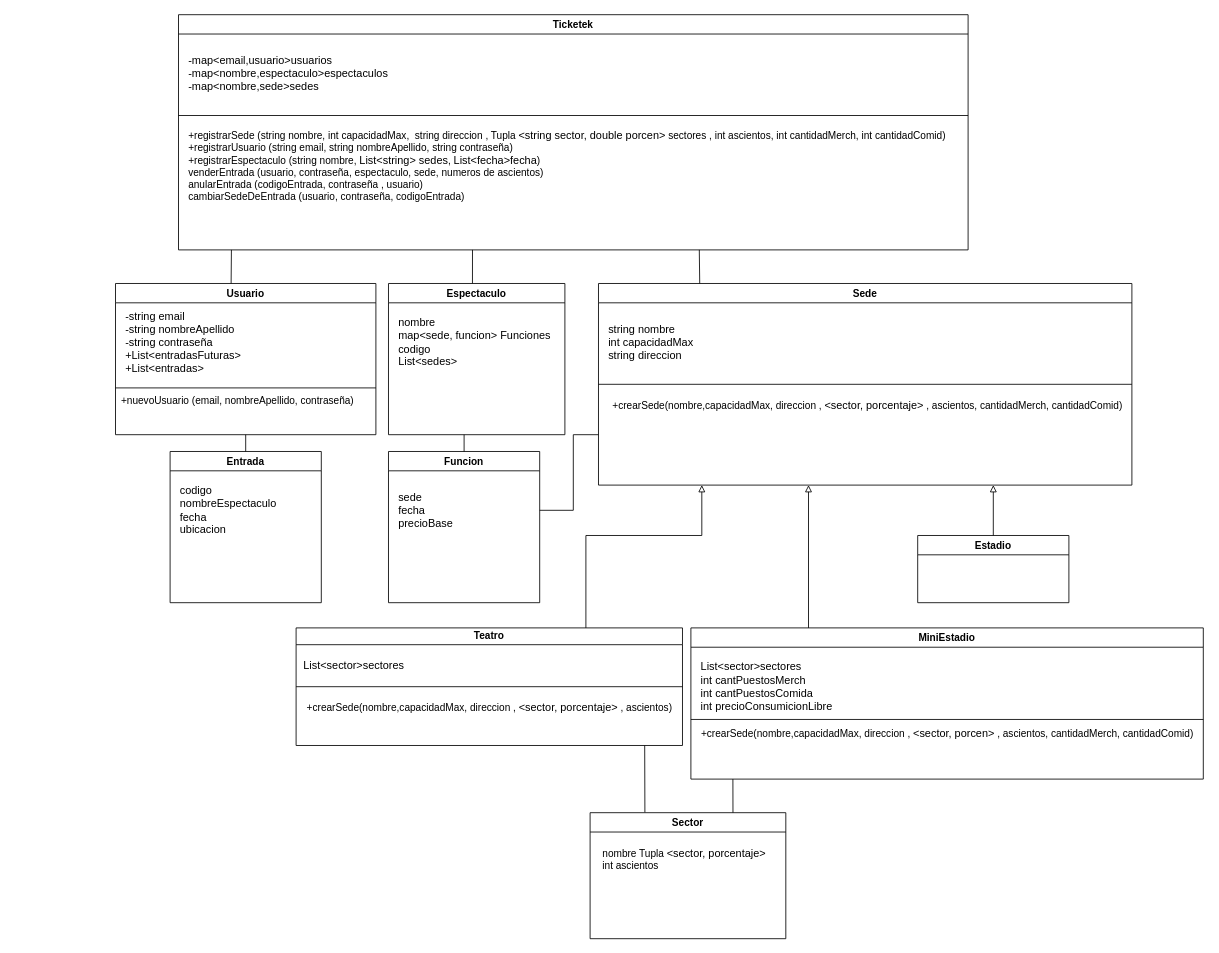
MarianoRada/TP-progra-2 keeps this draw.io diagram as src/TPprog2.drawio. Above is the earlier version. Source tidied: cells renumbered, new cells numbered last; positions are measured from the earlier drawing's top-left corner, leaving out a move shared by most shapes. Both pictures are drawn from the tidied source at 84%, with x=0, y=0 at pixel (111, 14).
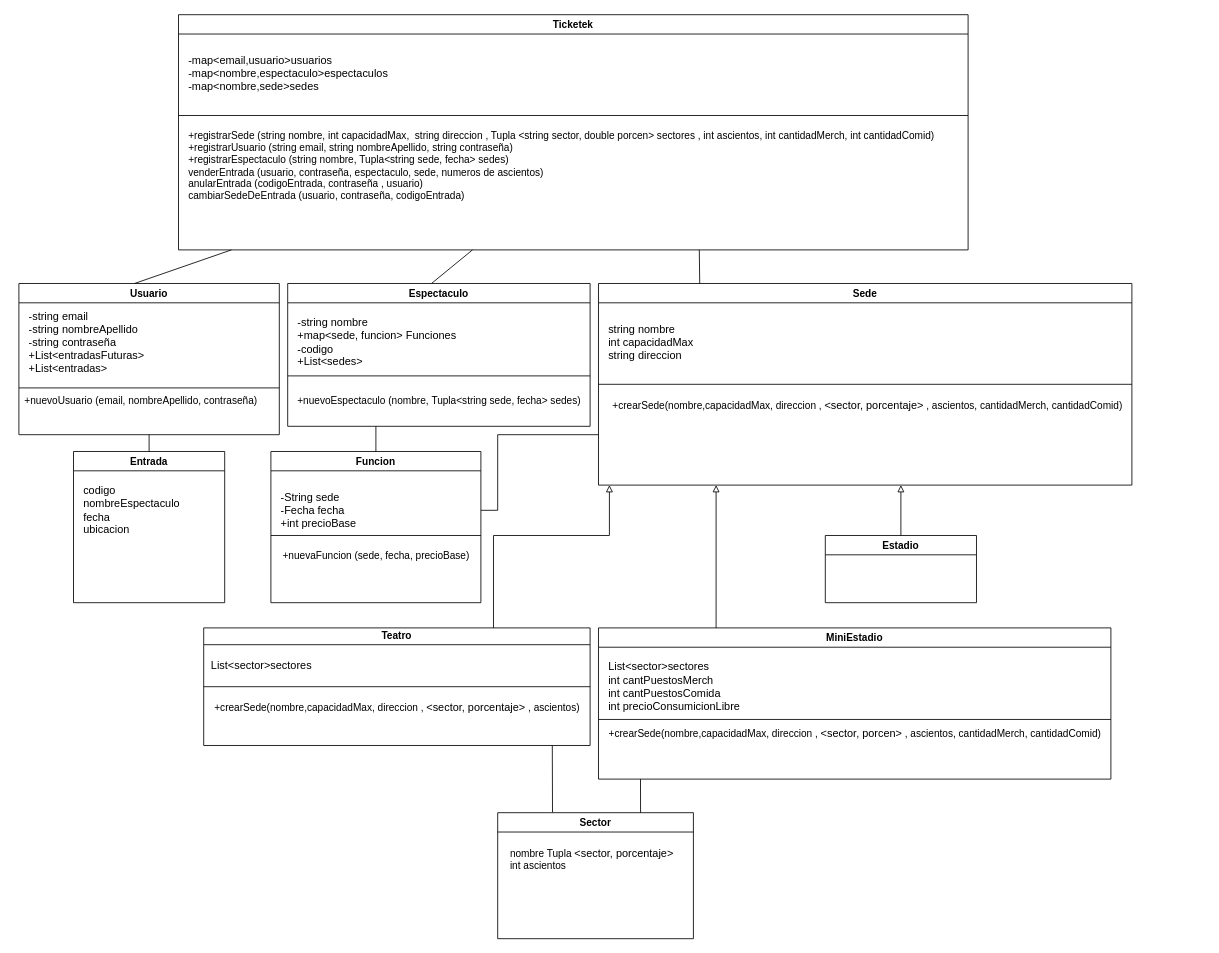
After the change.

Unchanged cells that the change refers to:
```xml
<mxCell id="6" value="Ticketek" style="swimlane;whiteSpace=wrap;html=1;fillStyle=auto;rounded=0;glass=0;shadow=0;swimlaneLine=1;" parent="1" vertex="1">
  <mxGeometry x="80" width="940" height="280" as="geometry" />
</mxCell>
<mxCell id="11" value="Sede" style="swimlane;whiteSpace=wrap;html=1;fillStyle=auto;rounded=0;glass=0;shadow=0;swimlaneLine=1;startSize=23;" parent="1" vertex="1">
  <mxGeometry x="580" y="320" width="635" height="240" as="geometry" />
</mxCell>
```

What changed in the source:
```diff
@@
     <mxCell id="2" value="Usuario" style="swimlane;whiteSpace=wrap;html=1;fillStyle=auto;rounded=0;glass=0;shadow=0;swimlaneLine=1;" parent="1" vertex="1">
-      <mxGeometry x="5" y="320" width="310" height="180" as="geometry" />
+      <mxGeometry x="-110" y="320" width="310" height="180" as="geometry" />
     </mxCell>
@@
-    <mxCell id="10" value="+registrarSede (string nombre, int capacidadMax,&amp;nbsp; string direccion , Tupla&amp;nbsp;&lt;span style=&quot;color: light-dark(rgb(0, 0, 0), rgb(255, 255, 255)); background-color: transparent; font-size: 13px;&quot;&gt;&amp;lt;string sector, double porcen&lt;/span&gt;&lt;span style=&quot;color: light-dark(rgb(0, 0, 0), rgb(255, 255, 255)); background-color: transparent; font-size: 13px;&quot;&gt;&amp;gt;&lt;/span&gt;&amp;nbsp;sectores , int ascientos, int cantidadMerch, int cantidadComid)&lt;div&gt;+registrarUsuario (string email, string nombreApellido, string contraseña)&lt;/div&gt;&lt;div&gt;+registrarEspectaculo (string nombre,&amp;nbsp;&lt;span style=&quot;font-size: 13px;&quot;&gt;List&lt;/span&gt;&lt;span style=&quot;color: light-dark(rgb(0, 0, 0), rgb(255, 255, 255)); background-color: transparent; font-size: 13px;&quot;&gt;&amp;lt;string&lt;/span&gt;&lt;span style=&quot;color: light-dark(rgb(0, 0, 0), rgb(255, 255, 255)); background-color: transparent; font-size: 13px;&quot;&gt;&amp;gt; sedes&lt;/span&gt;,&amp;nbsp;&lt;span style=&quot;font-size: 13px;&quot;&gt;List&lt;/span&gt;&lt;span style=&quot;color: light-dark(rgb(0, 0, 0), rgb(255, 255, 255)); background-color: transparent; font-size: 13px;&quot;&gt;&amp;lt;fecha&lt;/span&gt;&lt;span style=&quot;color: light-dark(rgb(0, 0, 0), rgb(255, 255, 255)); background-color: transparent; font-size: 13px;&quot;&gt;&amp;gt;fecha&lt;/span&gt;)&lt;/div&gt;&lt;div&gt;venderEntrada (usuario, contraseña, espectaculo, sede, numeros de ascientos)&lt;/div&gt;&lt;div&gt;anularEntrada (codigoEntrada, contraseña , usuario)&lt;/div&gt;&lt;div&gt;cambiarSedeDeEntrada (usuario, contraseña, codigoEntrada)&lt;/div&gt;" style="text;html=1;align=left;verticalAlign=middle;strokeColor=none;fillColor=none;" parent="6" vertex="1">
-      <mxGeometry x="10" y="130" width="930" height="100" as="geometry" />
+    <mxCell id="10" value="&lt;font&gt;+registrarSede (string nombre, int capacidadMax,&amp;nbsp; string direccion , Tupla&amp;nbsp;&lt;span style=&quot;color: light-dark(rgb(0, 0, 0), rgb(255, 255, 255)); background-color: transparent;&quot;&gt;&amp;lt;string sector, double porcen&lt;/span&gt;&lt;span style=&quot;color: light-dark(rgb(0, 0, 0), rgb(255, 255, 255)); background-color: transparent;&quot;&gt;&amp;gt;&lt;/span&gt;&amp;nbsp;sectores , int ascientos, int cantidadMerch, int cantidadComid)&lt;/font&gt;&lt;div&gt;&lt;font&gt;+registrarUsuario (string email, string nombreApellido, string contraseña)&lt;/font&gt;&lt;/div&gt;&lt;div&gt;&lt;font&gt;+registrarEspectaculo (string nombre,&amp;nbsp;Tupla&lt;span style=&quot;color: light-dark(rgb(0, 0, 0), rgb(255, 255, 255)); background-color: transparent;&quot;&gt;&amp;lt;string sede, fecha&lt;/span&gt;&lt;span style=&quot;color: light-dark(rgb(0, 0, 0), rgb(255, 255, 255)); background-color: transparent;&quot;&gt;&amp;gt; sedes&lt;/span&gt;)&lt;/font&gt;&lt;/div&gt;&lt;div&gt;&lt;font&gt;venderEntrada (usuario, contraseña, espectaculo, sede, numeros de ascientos)&lt;/font&gt;&lt;/div&gt;&lt;div&gt;&lt;font&gt;anularEntrada (codigoEntrada, contraseña , usuario)&lt;/font&gt;&lt;/div&gt;&lt;div&gt;&lt;font&gt;cambiarSedeDeEntrada (usuario, contraseña, codigoEntrada)&lt;/font&gt;&lt;/div&gt;" style="text;html=1;align=left;verticalAlign=middle;strokeColor=none;fillColor=none;" parent="6" vertex="1">
+      <mxGeometry x="10" y="130" width="910" height="100" as="geometry" />
     </mxCell>
@@
     <mxCell id="14" value="Teatro" style="swimlane;whiteSpace=wrap;html=1;fillStyle=auto;rounded=0;glass=0;shadow=0;swimlaneLine=1;startSize=20;" parent="1" vertex="1">
-      <mxGeometry x="220" y="730" width="460" height="140" as="geometry" />
+      <mxGeometry x="110" y="730" width="460" height="140" as="geometry" />
     </mxCell>
@@
     <mxCell id="17" value="Estadio" style="swimlane;whiteSpace=wrap;html=1;fillStyle=auto;rounded=0;glass=0;shadow=0;swimlaneLine=1;startSize=23;" parent="1" vertex="1">
-      <mxGeometry x="960" y="620" width="180" height="80" as="geometry" />
+      <mxGeometry x="850" y="620" width="180" height="80" as="geometry" />
     </mxCell>
@@
     <mxCell id="19" value="MiniEstadio" style="swimlane;whiteSpace=wrap;html=1;fillStyle=auto;rounded=0;glass=0;shadow=0;swimlaneLine=1;startSize=23;" parent="1" vertex="1">
-      <mxGeometry x="690" y="730" width="610" height="180" as="geometry" />
+      <mxGeometry x="580" y="730" width="610" height="180" as="geometry" />
     </mxCell>
@@
     <mxCell id="23" style="endArrow=block;html=1;rounded=0;exitX=0.75;exitY=0;exitDx=0;exitDy=0;endFill=0;" parent="1" edge="1" source="14">
       <mxGeometry relative="1" as="geometry">
-        <mxPoint x="703" y="560" as="targetPoint" />
+        <mxPoint x="593" y="560" as="targetPoint" />
         <Array as="points">
-          <mxPoint x="565" y="620" />
-          <mxPoint x="703" y="620" />
+          <mxPoint x="455" y="620" />
+          <mxPoint x="593" y="620" />
         </Array>
       </mxGeometry>
     </mxCell>
     <mxCell id="24" value="Sector" style="swimlane;whiteSpace=wrap;html=1;" parent="1" vertex="1">
-      <mxGeometry x="570" y="950" width="233" height="150" as="geometry" />
+      <mxGeometry x="460" y="950" width="233" height="150" as="geometry" />
     </mxCell>
@@
     <mxCell id="26" style="endArrow=none;html=1;rounded=0;exitX=0.28;exitY=-0.003;exitDx=0;exitDy=0;exitPerimeter=0;" parent="1" edge="1" source="24">
       <mxGeometry relative="1" as="geometry">
-        <mxPoint x="635" y="870" as="targetPoint" />
+        <mxPoint x="525" y="870" as="targetPoint" />
       </mxGeometry>
     </mxCell>
     <mxCell id="27" value="Entrada" style="swimlane;whiteSpace=wrap;html=1;fillStyle=auto;rounded=0;glass=0;shadow=0;swimlaneLine=1;" parent="1" vertex="1">
-      <mxGeometry x="70" y="520" width="180" height="180" as="geometry" />
+      <mxGeometry x="-45" y="520" width="180" height="180" as="geometry" />
     </mxCell>
@@
     <mxCell id="30" value="Espectaculo" style="swimlane;whiteSpace=wrap;html=1;fillStyle=auto;rounded=0;glass=0;shadow=0;swimlaneLine=1;" parent="1" vertex="1">
-      <mxGeometry x="330" y="320" width="210" height="180" as="geometry" />
+      <mxGeometry x="210" y="320" width="360" height="170" as="geometry" />
     </mxCell>
-    <mxCell id="31" value="&lt;div&gt;&lt;span style=&quot;font-size: 13px;&quot;&gt;nombre&lt;/span&gt;&lt;/div&gt;&lt;div&gt;&lt;span style=&quot;color: light-dark(rgb(0, 0, 0), rgb(255, 255, 255)); background-color: transparent; font-size: 13px;&quot;&gt;map&amp;lt;sede, funcion&lt;/span&gt;&lt;span style=&quot;color: light-dark(rgb(0, 0, 0), rgb(255, 255, 255)); background-color: transparent; font-size: 13px;&quot;&gt;&amp;gt; Funciones&lt;/span&gt;&lt;/div&gt;&lt;div&gt;&lt;span style=&quot;font-size: 13px;&quot;&gt;codigo&lt;/span&gt;&lt;/div&gt;&lt;div&gt;&lt;span style=&quot;font-size: 13px;&quot;&gt;List&lt;/span&gt;&lt;span style=&quot;font-size: 13px; background-color: transparent; color: light-dark(rgb(0, 0, 0), rgb(255, 255, 255));&quot;&gt;&amp;lt;sedes&lt;/span&gt;&lt;span style=&quot;background-color: transparent; color: light-dark(rgb(0, 0, 0), rgb(255, 255, 255)); font-size: 13px;&quot;&gt;&amp;gt;&lt;/span&gt;&lt;/div&gt;" style="text;html=1;align=left;verticalAlign=middle;strokeColor=none;fillColor=none;" parent="30" vertex="1">
-      <mxGeometry x="10" y="30" width="200" height="80" as="geometry" />
+    <mxCell id="31" value="&lt;div&gt;&lt;span style=&quot;font-size: 13px;&quot;&gt;-string nombre&lt;/span&gt;&lt;/div&gt;&lt;div&gt;&lt;span style=&quot;color: light-dark(rgb(0, 0, 0), rgb(255, 255, 255)); background-color: transparent; font-size: 13px;&quot;&gt;+map&amp;lt;sede, funcion&lt;/span&gt;&lt;span style=&quot;color: light-dark(rgb(0, 0, 0), rgb(255, 255, 255)); background-color: transparent; font-size: 13px;&quot;&gt;&amp;gt; Funciones&lt;/span&gt;&lt;/div&gt;&lt;div&gt;&lt;span style=&quot;font-size: 13px;&quot;&gt;-codigo&lt;/span&gt;&lt;/div&gt;&lt;div&gt;&lt;span style=&quot;font-size: 13px;&quot;&gt;+List&lt;/span&gt;&lt;span style=&quot;font-size: 13px; background-color: transparent; color: light-dark(rgb(0, 0, 0), rgb(255, 255, 255));&quot;&gt;&amp;lt;sedes&lt;/span&gt;&lt;span style=&quot;background-color: transparent; color: light-dark(rgb(0, 0, 0), rgb(255, 255, 255)); font-size: 13px;&quot;&gt;&amp;gt;&lt;/span&gt;&lt;/div&gt;" style="text;html=1;align=left;verticalAlign=middle;strokeColor=none;fillColor=none;" parent="30" vertex="1">
+      <mxGeometry x="10" y="30" width="210" height="80" as="geometry" />
     </mxCell>
+    <mxCell id="43" value="+nuevoEspectaculo (&lt;span style=&quot;text-align: left;&quot;&gt;nombre,&amp;nbsp;Tupla&lt;/span&gt;&lt;span style=&quot;color: light-dark(rgb(0, 0, 0), rgb(255, 255, 255)); text-align: left; background-color: transparent;&quot;&gt;&amp;lt;string sede, fecha&lt;/span&gt;&lt;span style=&quot;color: light-dark(rgb(0, 0, 0), rgb(255, 255, 255)); text-align: left; background-color: transparent;&quot;&gt;&amp;gt; sedes)&lt;/span&gt;" style="text;html=1;align=center;verticalAlign=middle;strokeColor=none;fillColor=none;" parent="30" vertex="1">
+      <mxGeometry y="125" width="360" height="30" as="geometry" />
+    </mxCell>
     <mxCell id="32" value="Funcion" style="swimlane;whiteSpace=wrap;html=1;fillStyle=auto;rounded=0;glass=0;shadow=0;swimlaneLine=1;" parent="1" vertex="1">
-      <mxGeometry x="330" y="520" width="180" height="180" as="geometry" />
+      <mxGeometry x="190" y="520" width="250" height="180" as="geometry" />
     </mxCell>
-    <mxCell id="33" value="&lt;div&gt;&lt;span style=&quot;font-size: 13px; background-color: transparent; color: light-dark(rgb(0, 0, 0), rgb(255, 255, 255));&quot;&gt;sede&lt;/span&gt;&lt;/div&gt;&lt;div&gt;&lt;span style=&quot;font-size: 13px; background-color: transparent; color: light-dark(rgb(0, 0, 0), rgb(255, 255, 255));&quot;&gt;fecha&lt;/span&gt;&lt;/div&gt;&lt;div&gt;&lt;span style=&quot;font-size: 13px; background-color: transparent; color: light-dark(rgb(0, 0, 0), rgb(255, 255, 255));&quot;&gt;precioBase&lt;/span&gt;&lt;/div&gt;" style="text;html=1;align=left;verticalAlign=middle;strokeColor=none;fillColor=none;" parent="32" vertex="1">
-      <mxGeometry x="10" y="40" width="90" height="60" as="geometry" />
+    <mxCell id="33" value="&lt;div&gt;&lt;span style=&quot;font-size: 13px; background-color: transparent; color: light-dark(rgb(0, 0, 0), rgb(255, 255, 255));&quot;&gt;-String sede&lt;/span&gt;&lt;/div&gt;&lt;div&gt;&lt;span style=&quot;font-size: 13px; background-color: transparent; color: light-dark(rgb(0, 0, 0), rgb(255, 255, 255));&quot;&gt;-Fecha fecha&lt;/span&gt;&lt;/div&gt;&lt;div&gt;&lt;span style=&quot;font-size: 13px; background-color: transparent; color: light-dark(rgb(0, 0, 0), rgb(255, 255, 255));&quot;&gt;+int precioBase&lt;/span&gt;&lt;/div&gt;" style="text;html=1;align=left;verticalAlign=middle;strokeColor=none;fillColor=none;" parent="32" vertex="1">
+      <mxGeometry x="10" y="40" width="110" height="60" as="geometry" />
     </mxCell>
+    <mxCell id="44" value="+nuevaFuncion (sede, fecha, precioBase)" style="text;html=1;align=center;verticalAlign=middle;strokeColor=none;fillColor=none;" parent="32" vertex="1">
+      <mxGeometry y="110" width="250" height="30" as="geometry" />
+    </mxCell>
     <mxCell id="34" style="endArrow=none;html=1;rounded=0;entryX=0.5;entryY=0;entryDx=0;entryDy=0;" parent="1" edge="1" target="32">
       <mxGeometry relative="1" as="geometry">
-        <mxPoint x="420" y="500" as="sourcePoint" />
+        <mxPoint x="315" y="490" as="sourcePoint" />
       </mxGeometry>
     </mxCell>
-    <mxCell id="35" style="endArrow=none;html=1;rounded=0;entryX=0;entryY=0.75;entryDx=0;entryDy=0;" parent="1" edge="1" target="11">
+    <mxCell id="35" style="endArrow=none;html=1;rounded=0;" parent="1" edge="1">
       <mxGeometry relative="1" as="geometry">
-        <mxPoint x="510" y="590" as="sourcePoint" />
+        <mxPoint x="440" y="590" as="sourcePoint" />
+        <mxPoint x="580" y="500" as="targetPoint" />
         <Array as="points">
-          <mxPoint x="550" y="590" />
-          <mxPoint x="550" y="500" />
+          <mxPoint x="460" y="590" />
+          <mxPoint x="460" y="500" />
         </Array>
       </mxGeometry>
     </mxCell>
     <mxCell id="36" style="endArrow=none;html=1;rounded=0;exitX=0.73;exitY=0;exitDx=0;exitDy=0;exitPerimeter=0;" parent="1" edge="1" source="24">
       <mxGeometry relative="1" as="geometry">
-        <mxPoint x="740" y="910" as="targetPoint" />
+        <mxPoint x="630" y="910" as="targetPoint" />
       </mxGeometry>
     </mxCell>
@@
     <mxCell id="40" style="endArrow=block;html=1;rounded=0;exitX=0.5;exitY=0;exitDx=0;exitDy=0;endFill=0;" parent="1" edge="1" source="17">
       <mxGeometry relative="1" as="geometry">
-        <mxPoint x="1050" y="560" as="targetPoint" />
+        <mxPoint x="940" y="560" as="targetPoint" />
       </mxGeometry>
     </mxCell>
     <mxCell id="41" style="endArrow=block;html=1;rounded=0;exitX=0.5;exitY=0;exitDx=0;exitDy=0;endFill=0;" parent="1" edge="1">
       <mxGeometry relative="1" as="geometry">
-        <mxPoint x="830" y="730" as="sourcePoint" />
-        <mxPoint x="830" y="560" as="targetPoint" />
+        <mxPoint x="720" y="730" as="sourcePoint" />
+        <mxPoint x="720" y="560" as="targetPoint" />
       </mxGeometry>
     </mxCell>
@@
+    <mxCell id="45" style="endArrow=none;html=1;rounded=0;" parent="1" edge="1">
+      <mxGeometry relative="1" as="geometry">
+        <mxPoint x="210" y="430" as="sourcePoint" />
+        <mxPoint x="570" y="430" as="targetPoint" />
+      </mxGeometry>
+    </mxCell>
+    <mxCell id="46" style="endArrow=none;html=1;rounded=0;" parent="1" edge="1">
+      <mxGeometry relative="1" as="geometry">
+        <mxPoint x="190" y="620" as="sourcePoint" />
+        <mxPoint x="440" y="620" as="targetPoint" />
+      </mxGeometry>
+    </mxCell>
```
